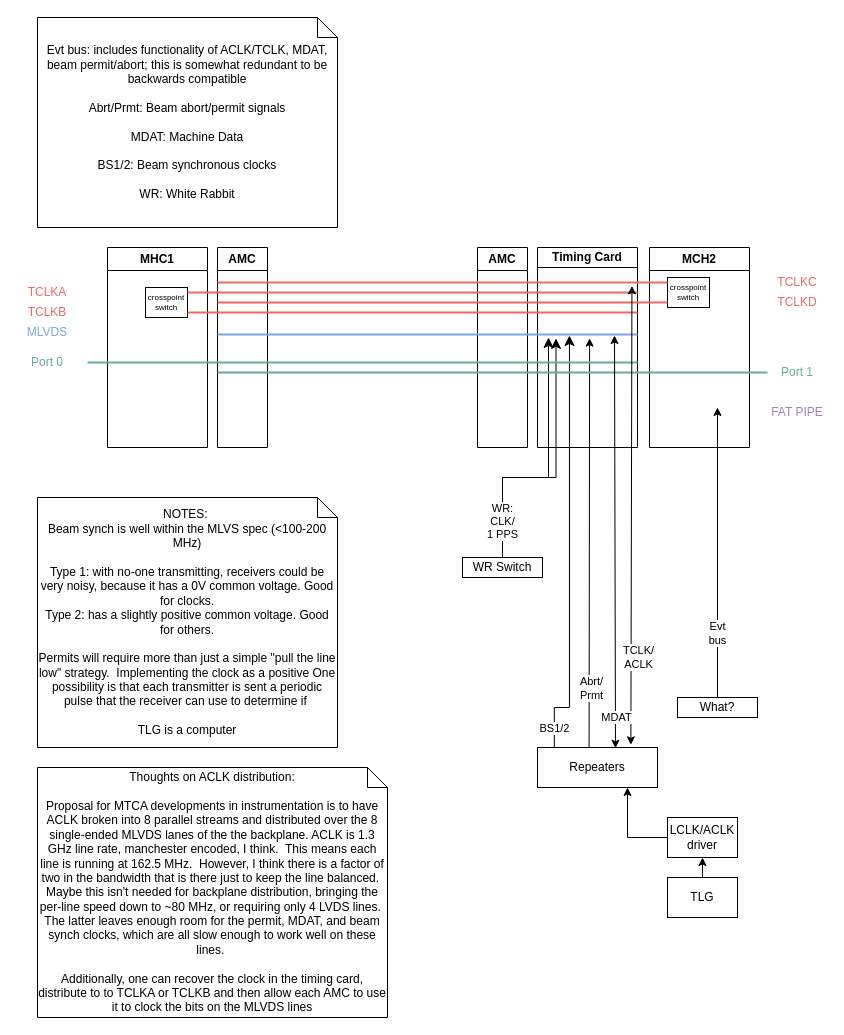
Before: ACORN_DAC_timing.drawio in awhitbeck/drawio, a draw.io diagram. Source tidied: cells renumbered, new cells numbered last; positions are measured from the earlier drawing's top-left corner, leaving out a move shared by most shapes. Both pictures are drawn from the tidied source at 100%, with x=0, y=0 at pixel (17, 17).
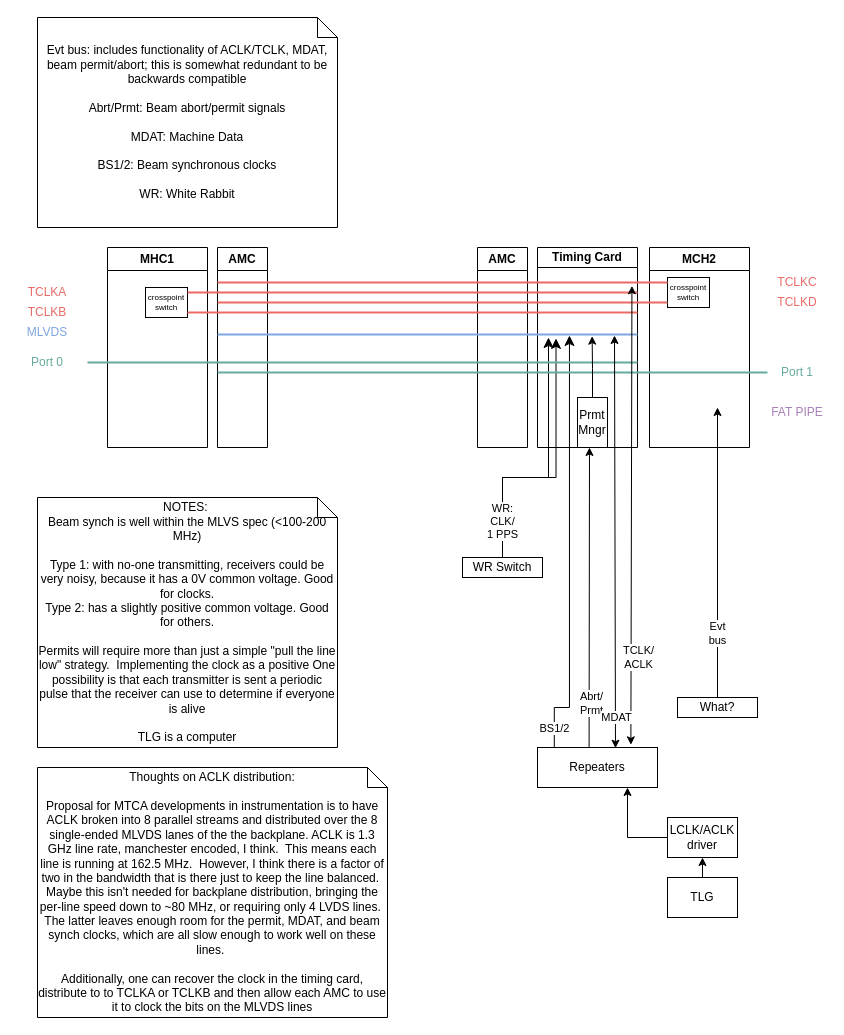
Above is the later version.

Unchanged cells that the change refers to:
```xml
<mxCell id="4" value="Timing Card" style="swimlane;whiteSpace=wrap;html=1;startSize=20;" parent="1" vertex="1">
  <mxGeometry x="520" y="230" width="100" height="200" as="geometry" />
</mxCell>
<mxCell id="19" style="line;strokeWidth=2;html=1;strokeColor=#7EA6E0;fontColor=#7EA6E0;" parent="1" vertex="1">
  <mxGeometry x="200" y="312" width="420" height="10" as="geometry" />
</mxCell>
<mxCell id="31" value="Repeaters" style="rounded=0;whiteSpace=wrap;html=1;points=[[0,0,0,0,0],[0,0.25,0,0,0],[0,0.5,0,0,0],[0,0.75,0,0,0],[0,1,0,0,0],[0.14,0,0,0,0],[0.25,1,0,0,0],[0.29,0,0,0,0],[0.43,0,0,0,0],[0.5,1,0,0,0],[0.57,0,0,0,0],[0.71,0,0,0,0],[0.75,1,0,0,0],[0.86,0,0,0,0],[1,0,0,0,0],[1,0.25,0,0,0],[1,0.5,0,0,0],[1,0.75,0,0,0],[1,1,0,0,0]];" parent="1" vertex="1">
  <mxGeometry x="520" y="730" width="120" height="40" as="geometry" />
</mxCell>
```

The edit, as a diff of the source:
```diff
@@
+    <mxCell id="41" value="Prmt&lt;br&gt;Mngr" style="rounded=0;whiteSpace=wrap;html=1;" parent="4" vertex="1">
+      <mxGeometry x="40" y="150" width="30" height="50" as="geometry" />
+    </mxCell>
@@
-    <mxCell id="20" value="Abrt/&lt;br&gt;Prmt" style="endArrow=classic;html=1;rounded=0;entryX=0.886;entryY=0.867;entryDx=0;entryDy=0;entryPerimeter=0;exitX=0.43;exitY=0;exitDx=0;exitDy=0;exitPerimeter=0;" parent="1" edge="1" source="31" target="19">
-      <mxGeometry x="-0.71" y="-2" relative="1" as="geometry" />
+    <mxCell id="20" value="Abrt/&lt;br&gt;Prmt" style="endArrow=classic;html=1;rounded=0;exitX=0.43;exitY=0;exitDx=0;exitDy=0;exitPerimeter=0;" parent="1" edge="1" source="31">
+      <mxGeometry x="-0.71" y="-2" relative="1" as="geometry">
+        <mxPoint x="572" y="430" as="targetPoint" />
+      </mxGeometry>
     </mxCell>
@@
-    <mxCell id="33" value="NOTES:&amp;nbsp;&lt;br&gt;Beam synch is well within the MLVS spec (&amp;lt;100-200 MHz)&lt;br&gt;&lt;br&gt;Type 1: with no-one transmitting, receivers could be very noisy, because it has a 0V common voltage. Good for clocks.&lt;br&gt;Type 2: has a slightly positive common voltage. Good for others.&lt;br&gt;&lt;br&gt;Permits will require more than just a simple &quot;pull the line low&quot; strategy.&amp;nbsp; Implementing the clock as a positive One possibility is that each transmitter is sent a periodic pulse that the receiver can use to determine if&amp;nbsp;&lt;br&gt;&lt;br&gt;TLG is a computer" style="shape=note;size=20;whiteSpace=wrap;html=1;" parent="1" vertex="1">
+    <mxCell id="33" value="NOTES:&amp;nbsp;&lt;br&gt;Beam synch is well within the MLVS spec (&amp;lt;100-200 MHz)&lt;br&gt;&lt;br&gt;Type 1: with no-one transmitting, receivers could be very noisy, because it has a 0V common voltage. Good for clocks.&lt;br&gt;Type 2: has a slightly positive common voltage. Good for others.&lt;br&gt;&lt;br&gt;Permits will require more than just a simple &quot;pull the line low&quot; strategy.&amp;nbsp; Implementing the clock as a positive One possibility is that each transmitter is sent a periodic pulse that the receiver can use to determine if everyone is alive&lt;br&gt;&lt;br&gt;TLG is a computer" style="shape=note;size=20;whiteSpace=wrap;html=1;" parent="1" vertex="1">
       <mxGeometry x="20" y="480" width="300" height="250" as="geometry" />
     </mxCell>
@@
+    <mxCell id="42" style="edgeStyle=orthogonalEdgeStyle;rounded=0;jettySize=auto;html=1;exitX=0.5;exitY=0;exitDx=0;exitDy=0;entryX=0.892;entryY=0.667;entryDx=0;entryDy=0;entryPerimeter=0;" parent="1" edge="1" source="41" target="19">
+      <mxGeometry relative="1" as="geometry" />
+    </mxCell>
```
